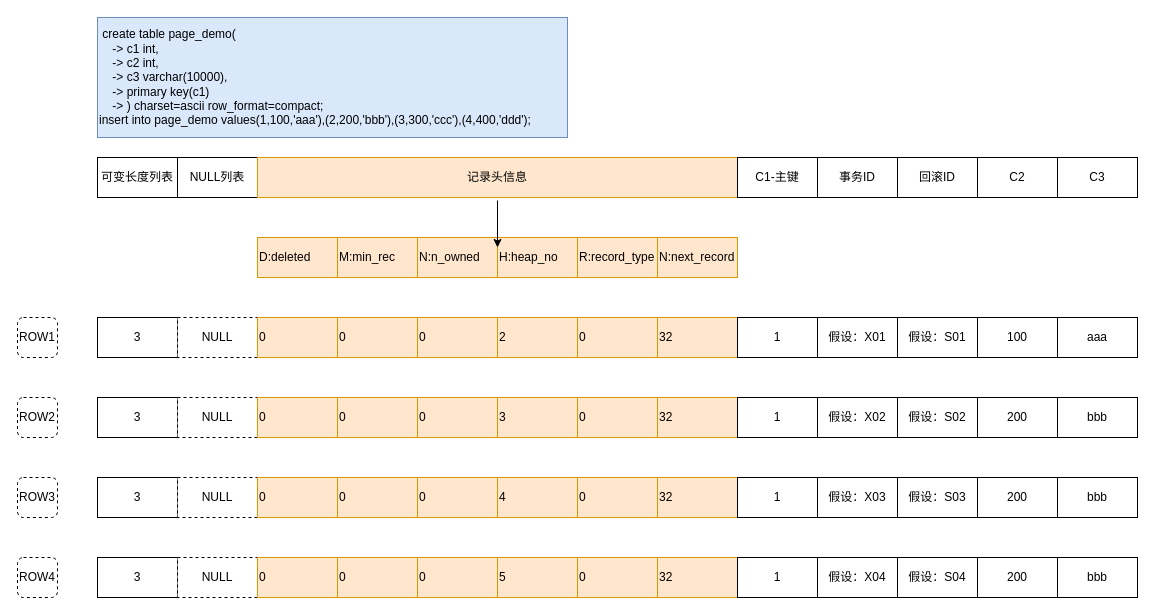
Earlier version of the draw.io diagram page-row.drawio (wqfgithub/drawio). Source tidied: cells renumbered, new cells numbered last; positions are measured from the earlier drawing's top-left corner, leaving out a move shared by most shapes. Both pictures are drawn from the tidied source at 100%, with x=0, y=0 at pixel (17, 17).
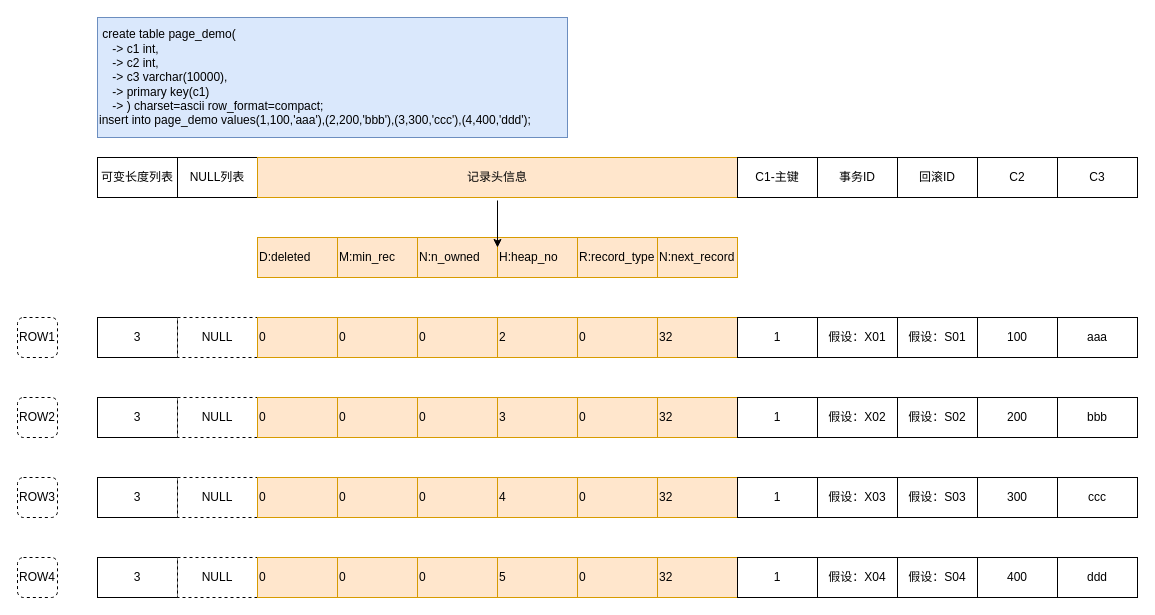
After the change.

Change to the diagram source:
```diff
@@
-    <mxCell id="57" value="200" style="rounded=0;whiteSpace=wrap;html=1;" parent="1" vertex="1">
+    <mxCell id="57" value="300" style="rounded=0;whiteSpace=wrap;html=1;" parent="1" vertex="1">
       <mxGeometry x="960" y="460" width="80" height="40" as="geometry" />
     </mxCell>
-    <mxCell id="58" value="bbb" style="rounded=0;whiteSpace=wrap;html=1;" parent="1" vertex="1">
+    <mxCell id="58" value="ccc" style="rounded=0;whiteSpace=wrap;html=1;" parent="1" vertex="1">
       <mxGeometry x="1040" y="460" width="80" height="40" as="geometry" />
     </mxCell>
@@
-    <mxCell id="71" value="200" style="rounded=0;whiteSpace=wrap;html=1;" parent="1" vertex="1">
+    <mxCell id="71" value="400" style="rounded=0;whiteSpace=wrap;html=1;" parent="1" vertex="1">
       <mxGeometry x="960" y="540" width="80" height="40" as="geometry" />
     </mxCell>
-    <mxCell id="72" value="bbb" style="rounded=0;whiteSpace=wrap;html=1;" parent="1" vertex="1">
+    <mxCell id="72" value="ddd" style="rounded=0;whiteSpace=wrap;html=1;" parent="1" vertex="1">
       <mxGeometry x="1040" y="540" width="80" height="40" as="geometry" />
     </mxCell>
```
